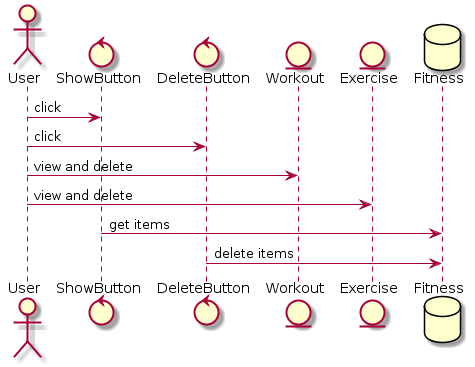
Earlier version of the PlantUML export doc/ds/sequence_diagram.png (karolinaoparczyk/Python_GTK).
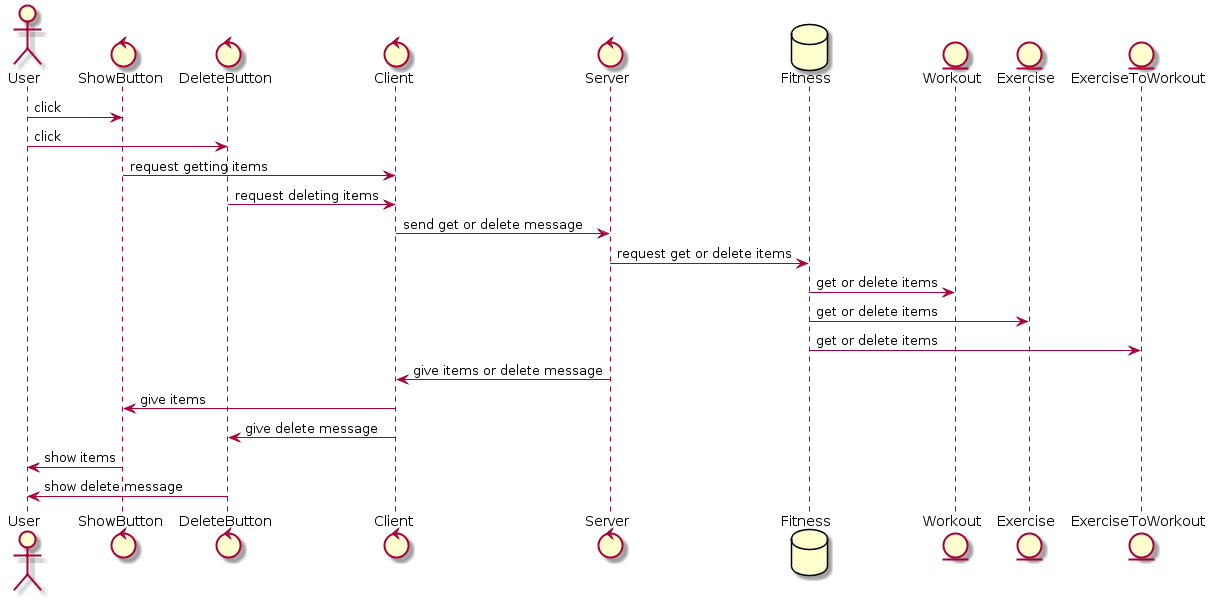
Above is the later version.

Change to the diagram source:
```diff
@@ -2,14 +2,25 @@
 actor User
 control ShowButton
 control DeleteButton
+control Client
+control Server
+database Fitness
 entity Workout
 entity Exercise
-database Fitness
+entity ExerciseToWorkout
 
 User -> ShowButton : click
 User -> DeleteButton : click
-User -> Workout : view and delete
-User -> Exercise : view and delete
-ShowButton -> Fitness : get items
-DeleteButton -> Fitness : delete items
+ShowButton -> Client : request getting items
+DeleteButton -> Client : request deleting items
+Client -> Server : send get or delete message
+Server -> Fitness : request get or delete items
+Fitness -> Workout : get or delete items
+Fitness -> Exercise : get or delete items
+Fitness -> ExerciseToWorkout : get or delete items
+Server -> Client : give items or delete message
+Client -> ShowButton : give items
+Client -> DeleteButton : give delete message
+ShowButton -> User : show items
+DeleteButton -> User : show delete message
 @enduml
```
